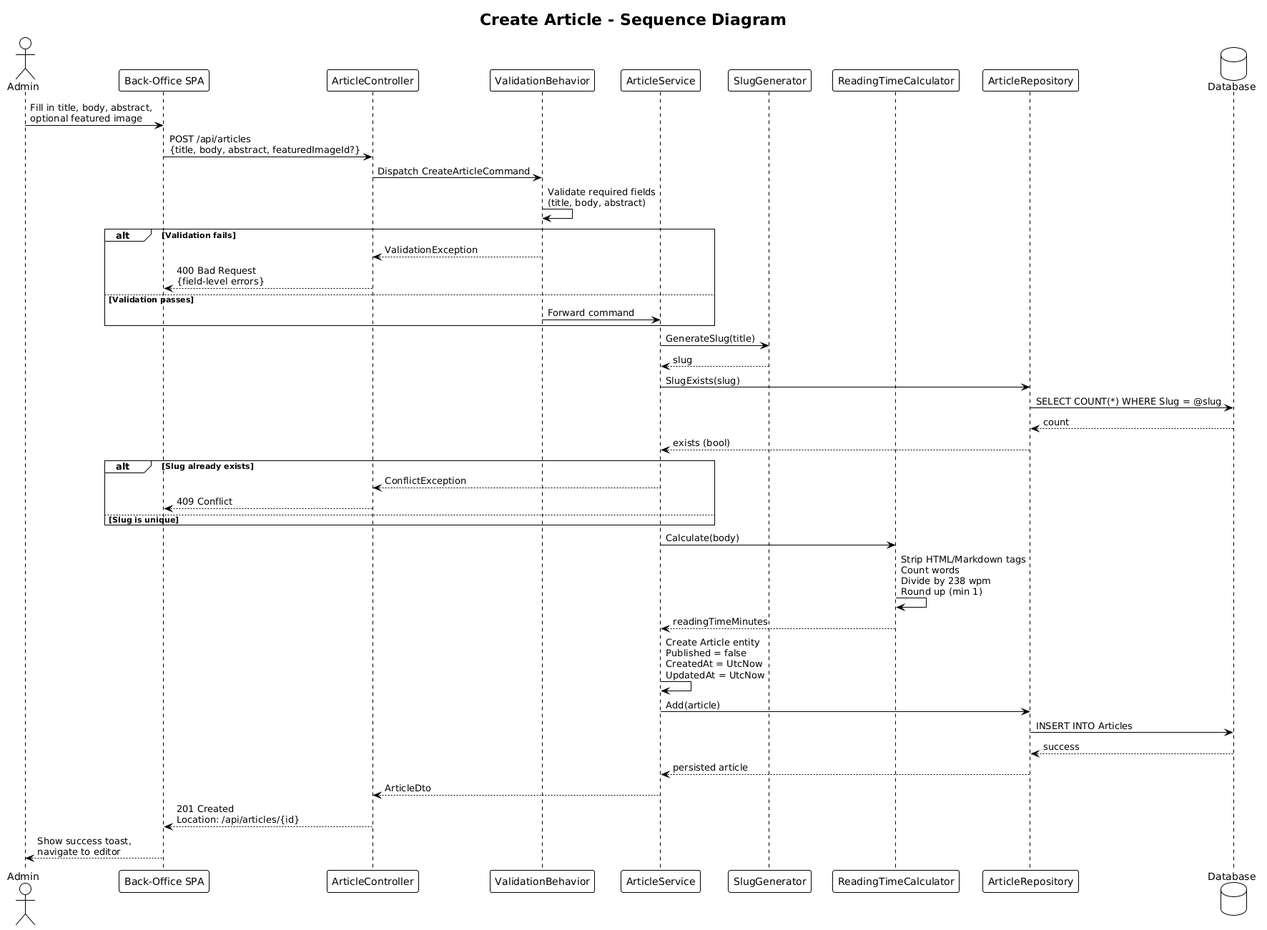
Before: docs/detailed-designs/02-article-management/diagrams/sequence_create_article.png, a diagram exported from PlantUML (QuinntyneBrown/Blog). Source of this version:
```plantuml
@startuml
!theme plain

title Create Article - Sequence Diagram

actor Admin
participant "Back-Office SPA" as SPA
participant "ArticleController" as Controller
participant "ValidationBehavior" as Validation
participant "ArticleService" as Service
participant "SlugGenerator" as Slug
participant "ReadingTimeCalculator" as Reading
participant "ArticleRepository" as Repo
database "Database" as DB

Admin -> SPA : Fill in title, body, abstract,\noptional featured image
SPA -> Controller : POST /api/articles\n{title, body, abstract, featuredImageId?}

Controller -> Validation : Dispatch CreateArticleCommand

Validation -> Validation : Validate required fields\n(title, body, abstract)

alt Validation fails
    Validation --> Controller : ValidationException
    Controller --> SPA : 400 Bad Request\n{field-level errors}
else Validation passes
    Validation -> Service : Forward command
end

Service -> Slug : GenerateSlug(title)
Slug --> Service : slug

Service -> Repo : SlugExists(slug)
Repo -> DB : SELECT COUNT(*) WHERE Slug = @slug
DB --> Repo : count
Repo --> Service : exists (bool)

alt Slug already exists
    Service --> Controller : ConflictException
    Controller --> SPA : 409 Conflict
else Slug is unique
end

Service -> Reading : Calculate(body)
Reading -> Reading : Strip HTML/Markdown tags\nCount words\nDivide by 238 wpm\nRound up (min 1)
Reading --> Service : readingTimeMinutes

Service -> Service : Create Article entity\nPublished = false\nCreatedAt = UtcNow\nUpdatedAt = UtcNow

Service -> Repo : Add(article)
Repo -> DB : INSERT INTO Articles
DB --> Repo : success
Repo --> Service : persisted article

Service --> Controller : ArticleDto
Controller --> SPA : 201 Created\nLocation: /api/articles/{id}
SPA --> Admin : Show success toast,\nnavigate to editor
@enduml
```
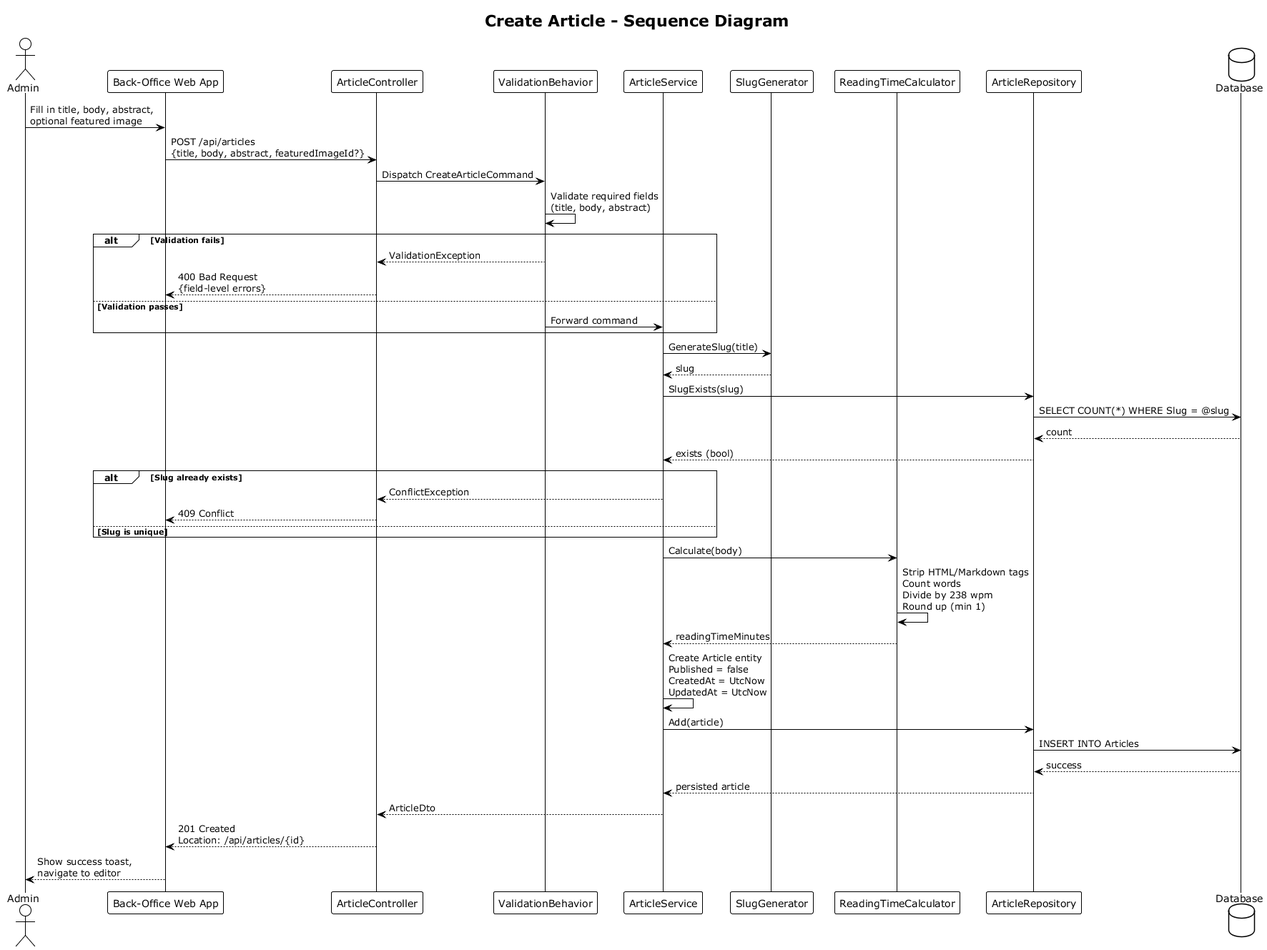
The same file after the commit.

Diff of the diagram source:
```diff
@@ -1,10 +1,10 @@
-@startuml
+@startuml sequence_create_article
 !theme plain
 
 title Create Article - Sequence Diagram
 
 actor Admin
-participant "Back-Office SPA" as SPA
+participant "Back-Office Web App" as Web
 participant "ArticleController" as Controller
 participant "ValidationBehavior" as Validation
 participant "ArticleService" as Service
@@ -13,8 +13,8 @@
 participant "ArticleRepository" as Repo
 database "Database" as DB
 
-Admin -> SPA : Fill in title, body, abstract,\noptional featured image
-SPA -> Controller : POST /api/articles\n{title, body, abstract, featuredImageId?}
+Admin -> Web : Fill in title, body, abstract,\noptional featured image
+Web -> Controller : POST /api/articles\n{title, body, abstract, featuredImageId?}
 
 Controller -> Validation : Dispatch CreateArticleCommand
 
@@ -22,7 +22,7 @@
 
 alt Validation fails
     Validation --> Controller : ValidationException
-    Controller --> SPA : 400 Bad Request\n{field-level errors}
+    Controller --> Web : 400 Bad Request\n{field-level errors}
 else Validation passes
     Validation -> Service : Forward command
 end
@@ -37,7 +37,7 @@
 
 alt Slug already exists
     Service --> Controller : ConflictException
-    Controller --> SPA : 409 Conflict
+    Controller --> Web : 409 Conflict
 else Slug is unique
 end
 
@@ -53,6 +53,7 @@
 Repo --> Service : persisted article
 
 Service --> Controller : ArticleDto
-Controller --> SPA : 201 Created\nLocation: /api/articles/{id}
-SPA --> Admin : Show success toast,\nnavigate to editor
+Controller --> Web : 201 Created\nLocation: /api/articles/{id}
+Web --> Admin : Show success toast,\nnavigate to editor
+
 @enduml
```
